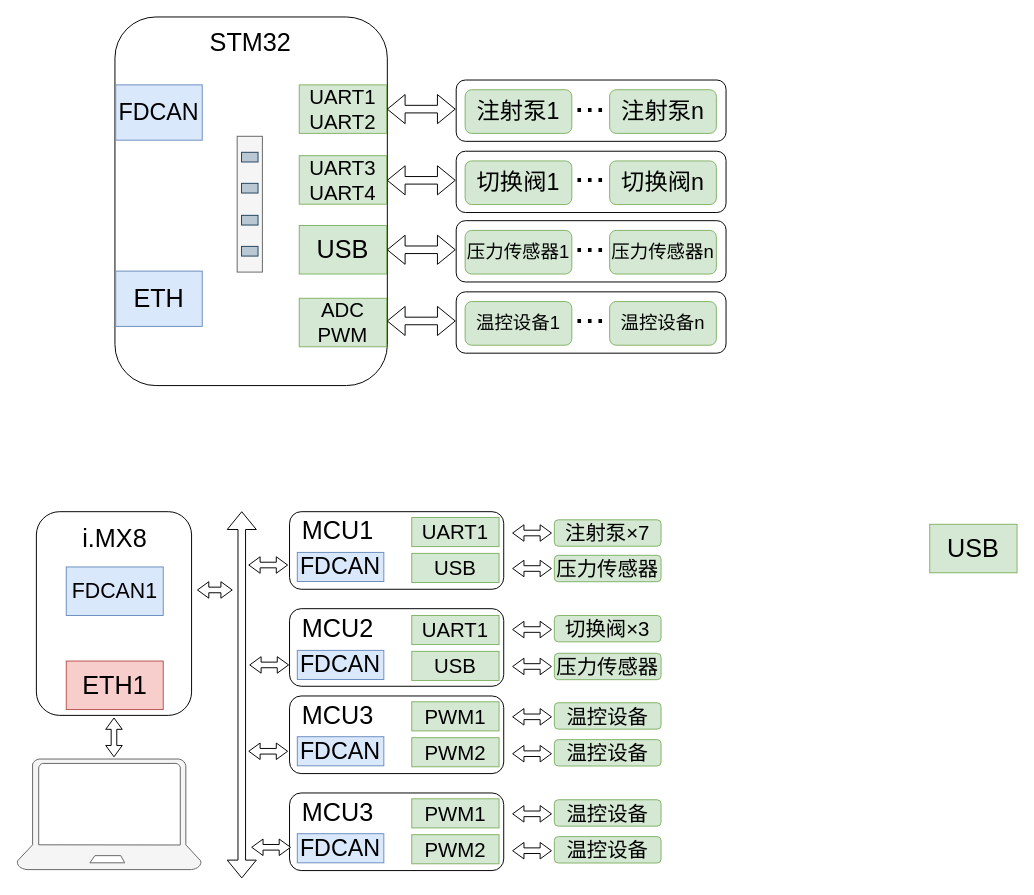
Before: 第六章绘图.drawio in madao101/draw, a draw.io diagram. Source tidied: cells renumbered, new cells numbered last; positions are measured from the earlier drawing's top-left corner, leaving out a move shared by most shapes. Both pictures are drawn from the tidied source at 97%, with x=0, y=0 at pixel (16, 16).
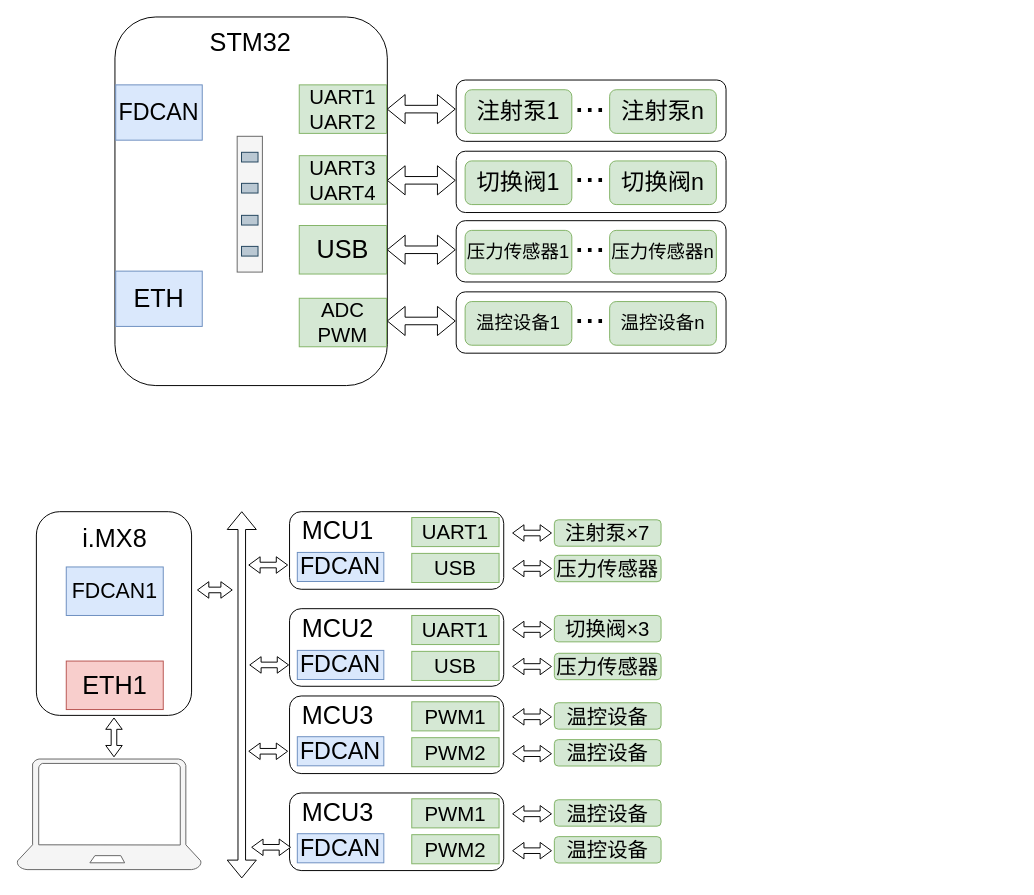
After the change.

Commit message (it also covers changes not shown here):
更新第六章绘图.drawio

The edit, as a diff of the source:
```diff
@@
-    <mxCell id="43" value="&lt;font&gt;USB&lt;/font&gt;" style="rounded=0;whiteSpace=wrap;html=1;fillColor=#d5e8d4;strokeColor=#82b366;fontSize=26;" parent="1" vertex="1">
-      <mxGeometry x="941" y="523" width="90" height="50" as="geometry" />
-    </mxCell>
```
